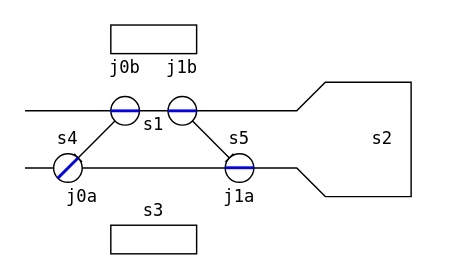
plarailers/komabasai2024-b keeps this draw.io diagram as page "pattern2" (2 of 4) of ptcs/docs/ポイントの向き.drawio. Above is the earlier version. Source tidied: cells renumbered, new cells numbered last; positions are measured from the earlier drawing's top-left corner, leaving out a move shared by most shapes. Both pictures are drawn from the tidied source at 143%, with x=0, y=0 at pixel (24, 24).
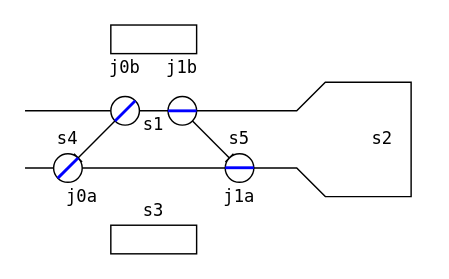
The same page after the edit.

Unchanged cells that the change refers to:
```xml
<mxCell id="21" style="ellipse;whiteSpace=wrap;html=1;" parent="1" vertex="1">
  <mxGeometry x="60" y="50" width="20" height="20" as="geometry" />
</mxCell>
```

Diff of the diagram source:
```diff
@@
-    <mxCell id="27" style="endArrow=none;html=1;rounded=0;fillColor=#e51400;strokeColor=#0000FF;strokeWidth=2;exitX=0;exitY=0.5;exitDx=0;exitDy=0;entryX=1;entryY=0.5;entryDx=0;entryDy=0;" parent="1" edge="1" source="21" target="21">
+    <mxCell id="27" style="endArrow=none;html=1;rounded=0;fillColor=#e51400;strokeColor=#0000FF;strokeWidth=2;exitX=0;exitY=1;exitDx=0;exitDy=0;entryX=1;entryY=0;entryDx=0;entryDy=0;" parent="1" edge="1" source="21" target="21">
       <mxGeometry relative="1" as="geometry" />
     </mxCell>
```
